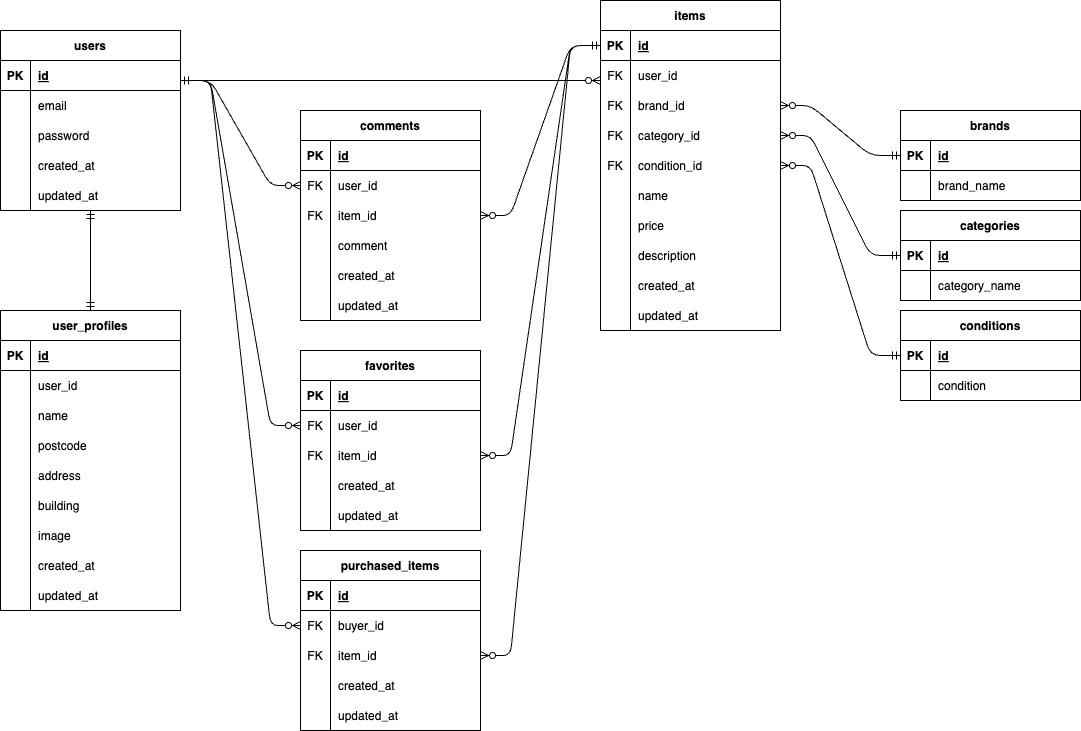
Above: er.png in hstonewell/mock_third (draw.io), before the change. Source tidied: cells renumbered, new cells last; positions are measured from the earlier drawing's top-left corner, leaving out a move shared by most shapes.
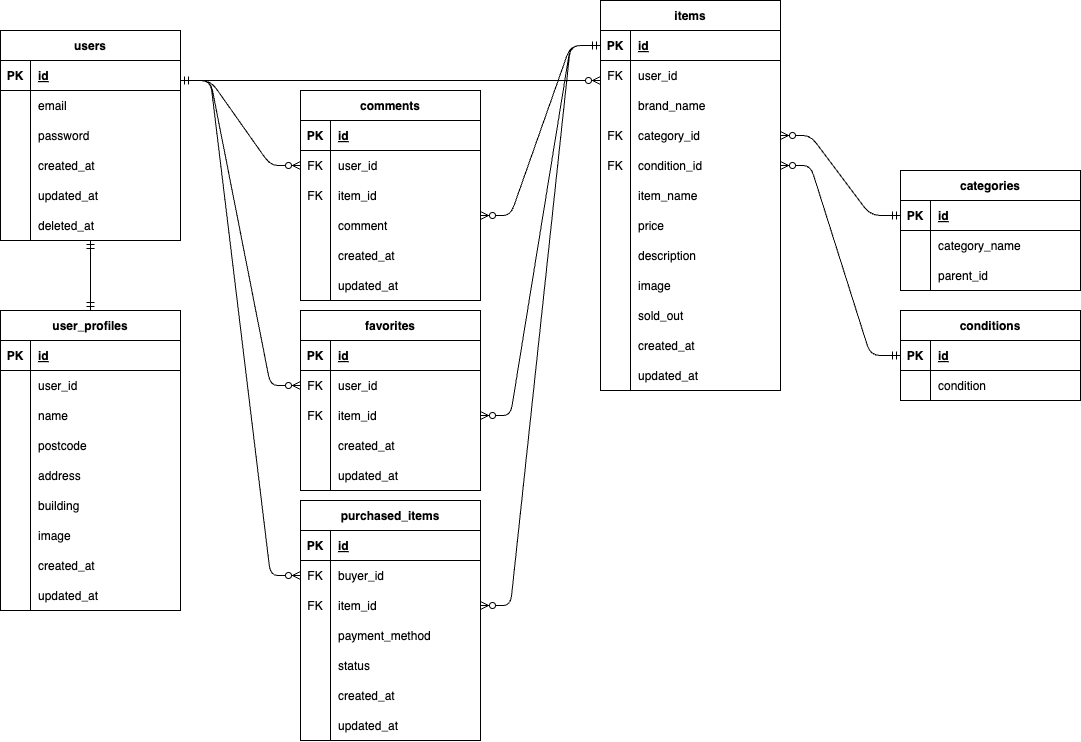
After the commit.

Commit message:
ER図の見直し

What changed in the source:
```diff
@@ -3,7 +3,7 @@
     <mxCell id="0" />
     <mxCell id="1" parent="0" />
     <mxCell id="2" value="users" style="shape=table;startSize=30;rowLines=0;fontStyle=1;align=center;" parent="1" vertex="1">
-      <mxGeometry y="30" width="180" height="180" as="geometry" />
+      <mxGeometry y="30" width="180" height="210" as="geometry" />
     </mxCell>
     <mxCell id="3" style="shape=tableRow;horizontal=0;startSize=0;swimlaneHead=0;swimlaneBody=0;fillColor=none;top=0;left=0;right=0;bottom=1;" parent="2" vertex="1">
       <mxGeometry y="30" width="180" height="30" as="geometry" />
@@ -50,8 +50,17 @@
     <mxCell id="17" value="updated_at" style="shape=partialRectangle;fillColor=none;top=0;left=0;bottom=0;right=0;align=left;spacingLeft=6;overflow=hidden;" parent="15" vertex="1">
       <mxGeometry x="30" width="150" height="30" as="geometry" />
     </mxCell>
+    <mxCell id="160" style="shape=tableRow;horizontal=0;startSize=0;swimlaneHead=0;swimlaneBody=0;fillColor=none;top=0;left=0;right=0;bottom=0;" parent="2" vertex="1">
+      <mxGeometry y="180" width="180" height="30" as="geometry" />
+    </mxCell>
+    <mxCell id="161" style="shape=partialRectangle;fillColor=none;top=0;left=0;bottom=0;right=0;overflow=hidden;" parent="160" vertex="1">
+      <mxGeometry width="30" height="30" as="geometry" />
+    </mxCell>
+    <mxCell id="162" value="deleted_at" style="shape=partialRectangle;fillColor=none;top=0;left=0;bottom=0;right=0;align=left;spacingLeft=6;overflow=hidden;" parent="160" vertex="1">
+      <mxGeometry x="30" width="150" height="30" as="geometry" />
+    </mxCell>
     <mxCell id="18" value="items" style="shape=table;startSize=30;rowLines=0;fontStyle=1;align=center;" parent="1" vertex="1">
-      <mxGeometry x="600" width="180" height="330" as="geometry" />
+      <mxGeometry x="600" width="180" height="390" as="geometry" />
     </mxCell>
     <mxCell id="19" style="shape=tableRow;horizontal=0;startSize=0;swimlaneHead=0;swimlaneBody=0;fillColor=none;points=[[0,0.5],[1,0.5]];portConstraint=eastwest;top=0;left=0;right=0;bottom=1;" parent="18" vertex="1">
       <mxGeometry y="30" width="180" height="30" as="geometry" />
@@ -74,10 +83,10 @@
     <mxCell id="25" style="shape=tableRow;horizontal=0;startSize=0;swimlaneHead=0;swimlaneBody=0;fillColor=none;points=[[0,0.5],[1,0.5]];portConstraint=eastwest;top=0;left=0;right=0;bottom=0;" parent="18" vertex="1">
       <mxGeometry y="90" width="180" height="30" as="geometry" />
     </mxCell>
-    <mxCell id="26" value="FK" style="shape=partialRectangle;fillColor=none;top=0;left=0;bottom=0;right=0;overflow=hidden;" parent="25" vertex="1">
+    <mxCell id="26" style="shape=partialRectangle;fillColor=none;top=0;left=0;bottom=0;right=0;overflow=hidden;" parent="25" vertex="1">
       <mxGeometry width="30" height="30" as="geometry" />
     </mxCell>
-    <mxCell id="27" value="brand_id" style="shape=partialRectangle;fillColor=none;top=0;left=0;bottom=0;right=0;align=left;spacingLeft=6;overflow=hidden;" parent="25" vertex="1">
+    <mxCell id="27" value="brand_name" style="shape=partialRectangle;fillColor=none;top=0;left=0;bottom=0;right=0;align=left;spacingLeft=6;overflow=hidden;" parent="25" vertex="1">
       <mxGeometry x="30" width="150" height="30" as="geometry" />
     </mxCell>
     <mxCell id="28" style="shape=tableRow;horizontal=0;startSize=0;swimlaneHead=0;swimlaneBody=0;fillColor=none;points=[[0,0.5],[1,0.5]];portConstraint=eastwest;top=0;left=0;right=0;bottom=0;" parent="18" vertex="1">
@@ -104,7 +113,7 @@
     <mxCell id="35" style="shape=partialRectangle;fillColor=none;top=0;left=0;bottom=0;right=0;overflow=hidden;" parent="34" vertex="1">
       <mxGeometry width="30" height="30" as="geometry" />
     </mxCell>
-    <mxCell id="36" value="name" style="shape=partialRectangle;fillColor=none;top=0;left=0;bottom=0;right=0;align=left;spacingLeft=6;overflow=hidden;" parent="34" vertex="1">
+    <mxCell id="36" value="item_name" style="shape=partialRectangle;fillColor=none;top=0;left=0;bottom=0;right=0;align=left;spacingLeft=6;overflow=hidden;" parent="34" vertex="1">
       <mxGeometry x="30" width="150" height="30" as="geometry" />
     </mxCell>
     <mxCell id="37" style="shape=tableRow;horizontal=0;startSize=0;swimlaneHead=0;swimlaneBody=0;fillColor=none;top=0;left=0;right=0;bottom=0;" parent="18" vertex="1">
@@ -125,8 +134,26 @@
     <mxCell id="42" value="description" style="shape=partialRectangle;fillColor=none;top=0;left=0;bottom=0;right=0;align=left;spacingLeft=6;overflow=hidden;" parent="40" vertex="1">
       <mxGeometry x="30" width="150" height="30" as="geometry" />
     </mxCell>
+    <mxCell id="163" style="shape=tableRow;horizontal=0;startSize=0;swimlaneHead=0;swimlaneBody=0;fillColor=none;top=0;left=0;right=0;bottom=0;" parent="18" vertex="1">
+      <mxGeometry y="270" width="180" height="30" as="geometry" />
+    </mxCell>
+    <mxCell id="164" style="shape=partialRectangle;fillColor=none;top=0;left=0;bottom=0;right=0;overflow=hidden;" parent="163" vertex="1">
+      <mxGeometry width="30" height="30" as="geometry" />
+    </mxCell>
+    <mxCell id="165" value="image" style="shape=partialRectangle;fillColor=none;top=0;left=0;bottom=0;right=0;align=left;spacingLeft=6;overflow=hidden;" parent="163" vertex="1">
+      <mxGeometry x="30" width="150" height="30" as="geometry" />
+    </mxCell>
+    <mxCell id="166" style="shape=tableRow;horizontal=0;startSize=0;swimlaneHead=0;swimlaneBody=0;fillColor=none;top=0;left=0;right=0;bottom=0;" parent="18" vertex="1">
+      <mxGeometry y="300" width="180" height="30" as="geometry" />
+    </mxCell>
+    <mxCell id="167" style="shape=partialRectangle;fillColor=none;top=0;left=0;bottom=0;right=0;overflow=hidden;" parent="166" vertex="1">
+      <mxGeometry width="30" height="30" as="geometry" />
+    </mxCell>
+    <mxCell id="168" value="sold_out" style="shape=partialRectangle;fillColor=none;top=0;left=0;bottom=0;right=0;align=left;spacingLeft=6;overflow=hidden;" parent="166" vertex="1">
+      <mxGeometry x="30" width="150" height="30" as="geometry" />
+    </mxCell>
     <mxCell id="43" style="shape=tableRow;horizontal=0;startSize=0;swimlaneHead=0;swimlaneBody=0;fillColor=none;top=0;left=0;right=0;bottom=0;" parent="18" vertex="1">
-      <mxGeometry y="270" width="180" height="30" as="geometry" />
+      <mxGeometry y="330" width="180" height="30" as="geometry" />
     </mxCell>
     <mxCell id="44" style="shape=partialRectangle;fillColor=none;top=0;left=0;bottom=0;right=0;overflow=hidden;" parent="43" vertex="1">
       <mxGeometry width="30" height="30" as="geometry" />
@@ -135,7 +162,7 @@
       <mxGeometry x="30" width="150" height="30" as="geometry" />
     </mxCell>
     <mxCell id="46" style="shape=tableRow;horizontal=0;startSize=0;swimlaneHead=0;swimlaneBody=0;fillColor=none;top=0;left=0;right=0;bottom=0;" parent="18" vertex="1">
-      <mxGeometry y="300" width="180" height="30" as="geometry" />
+      <mxGeometry y="360" width="180" height="30" as="geometry" />
     </mxCell>
     <mxCell id="47" style="shape=partialRectangle;fillColor=none;top=0;left=0;bottom=0;right=0;overflow=hidden;" parent="46" vertex="1">
       <mxGeometry width="30" height="30" as="geometry" />
@@ -143,29 +170,8 @@
     <mxCell id="48" value="updated_at" style="shape=partialRectangle;fillColor=none;top=0;left=0;bottom=0;right=0;align=left;spacingLeft=6;overflow=hidden;" parent="46" vertex="1">
       <mxGeometry x="30" width="150" height="30" as="geometry" />
     </mxCell>
-    <mxCell id="49" value="brands" style="shape=table;startSize=30;rowLines=0;fontStyle=1;align=center;" parent="1" vertex="1">
-      <mxGeometry x="900" y="110" width="180" height="90" as="geometry" />
-    </mxCell>
-    <mxCell id="50" style="shape=tableRow;horizontal=0;startSize=0;swimlaneHead=0;swimlaneBody=0;fillColor=none;points=[[0,0.5],[1,0.5]];portConstraint=eastwest;top=0;left=0;right=0;bottom=1;" parent="49" vertex="1">
-      <mxGeometry y="30" width="180" height="30" as="geometry" />
-    </mxCell>
-    <mxCell id="51" value="PK" style="shape=partialRectangle;fillColor=none;top=0;left=0;bottom=0;right=0;fontStyle=1;overflow=hidden;" parent="50" vertex="1">
-      <mxGeometry width="30" height="30" as="geometry" />
-    </mxCell>
-    <mxCell id="52" value="id" style="shape=partialRectangle;fillColor=none;top=0;left=0;bottom=0;right=0;align=left;spacingLeft=6;fontStyle=5;overflow=hidden;" parent="50" vertex="1">
-      <mxGeometry x="30" width="150" height="30" as="geometry" />
-    </mxCell>
-    <mxCell id="53" style="shape=tableRow;horizontal=0;startSize=0;swimlaneHead=0;swimlaneBody=0;fillColor=none;top=0;left=0;right=0;bottom=0;" parent="49" vertex="1">
-      <mxGeometry y="60" width="180" height="30" as="geometry" />
-    </mxCell>
-    <mxCell id="54" style="shape=partialRectangle;fillColor=none;top=0;left=0;bottom=0;right=0;overflow=hidden;" parent="53" vertex="1">
-      <mxGeometry width="30" height="30" as="geometry" />
-    </mxCell>
-    <mxCell id="55" value="brand_name" style="shape=partialRectangle;fillColor=none;top=0;left=0;bottom=0;right=0;align=left;spacingLeft=6;overflow=hidden;" parent="53" vertex="1">
-      <mxGeometry x="30" width="150" height="30" as="geometry" />
-    </mxCell>
     <mxCell id="56" value="categories" style="shape=table;startSize=30;rowLines=0;fontStyle=1;align=center;" parent="1" vertex="1">
-      <mxGeometry x="900" y="210" width="180" height="90" as="geometry" />
+      <mxGeometry x="900" y="170" width="180" height="120" as="geometry" />
     </mxCell>
     <mxCell id="57" style="shape=tableRow;horizontal=0;startSize=0;swimlaneHead=0;swimlaneBody=0;fillColor=none;points=[[0,0.5],[1,0.5]];portConstraint=eastwest;top=0;left=0;right=0;bottom=1;" parent="56" vertex="1">
       <mxGeometry y="30" width="180" height="30" as="geometry" />
@@ -185,8 +191,17 @@
     <mxCell id="62" value="category_name" style="shape=partialRectangle;fillColor=none;top=0;left=0;bottom=0;right=0;align=left;spacingLeft=6;overflow=hidden;" parent="60" vertex="1">
       <mxGeometry x="30" width="150" height="30" as="geometry" />
     </mxCell>
+    <mxCell id="169" style="shape=tableRow;horizontal=0;startSize=0;swimlaneHead=0;swimlaneBody=0;fillColor=none;top=0;left=0;right=0;bottom=0;" parent="56" vertex="1">
+      <mxGeometry y="90" width="180" height="30" as="geometry" />
+    </mxCell>
+    <mxCell id="170" style="shape=partialRectangle;fillColor=none;top=0;left=0;bottom=0;right=0;overflow=hidden;" parent="169" vertex="1">
+      <mxGeometry width="30" height="30" as="geometry" />
+    </mxCell>
+    <mxCell id="171" value="parent_id" style="shape=partialRectangle;fillColor=none;top=0;left=0;bottom=0;right=0;align=left;spacingLeft=6;overflow=hidden;" parent="169" vertex="1">
+      <mxGeometry x="30" width="150" height="30" as="geometry" />
+    </mxCell>
     <mxCell id="63" value="favorites" style="shape=table;startSize=30;rowLines=0;fontStyle=1;align=center;" parent="1" vertex="1">
-      <mxGeometry x="300" y="350" width="180" height="180" as="geometry" />
+      <mxGeometry x="300" y="310" width="180" height="180" as="geometry" />
     </mxCell>
     <mxCell id="64" style="shape=tableRow;horizontal=0;startSize=0;swimlaneHead=0;swimlaneBody=0;fillColor=none;top=0;left=0;right=0;bottom=1;" parent="63" vertex="1">
       <mxGeometry y="30" width="180" height="30" as="geometry" />
@@ -234,7 +249,7 @@
       <mxGeometry x="30" width="150" height="30" as="geometry" />
     </mxCell>
     <mxCell id="79" value="comments" style="shape=table;startSize=30;rowLines=0;fontStyle=1;align=center;" parent="1" vertex="1">
-      <mxGeometry x="300" y="110" width="180" height="210" as="geometry" />
+      <mxGeometry x="300" y="90" width="180" height="210" as="geometry" />
     </mxCell>
     <mxCell id="80" style="shape=tableRow;horizontal=0;startSize=0;swimlaneHead=0;swimlaneBody=0;fillColor=none;top=0;left=0;right=0;bottom=1;" parent="79" vertex="1">
       <mxGeometry y="30" width="180" height="30" as="geometry" />
@@ -291,7 +306,7 @@
       <mxGeometry x="30" width="150" height="30" as="geometry" />
     </mxCell>
     <mxCell id="98" value="purchased_items" style="shape=table;startSize=30;rowLines=0;fontStyle=1;align=center;" parent="1" vertex="1">
-      <mxGeometry x="300" y="550" width="180" height="180" as="geometry" />
+      <mxGeometry x="300" y="500" width="180" height="240" as="geometry" />
     </mxCell>
     <mxCell id="99" style="shape=tableRow;horizontal=0;startSize=0;swimlaneHead=0;swimlaneBody=0;fillColor=none;top=0;left=0;right=0;bottom=1;" parent="98" vertex="1">
       <mxGeometry y="30" width="180" height="30" as="geometry" />
@@ -320,8 +335,26 @@
     <mxCell id="107" value="item_id" style="shape=partialRectangle;fillColor=none;top=0;left=0;bottom=0;right=0;align=left;spacingLeft=6;overflow=hidden;" parent="105" vertex="1">
       <mxGeometry x="30" width="150" height="30" as="geometry" />
     </mxCell>
+    <mxCell id="172" style="shape=tableRow;horizontal=0;startSize=0;swimlaneHead=0;swimlaneBody=0;fillColor=none;top=0;left=0;right=0;bottom=0;" parent="98" vertex="1">
+      <mxGeometry y="120" width="180" height="30" as="geometry" />
+    </mxCell>
+    <mxCell id="173" style="shape=partialRectangle;fillColor=none;top=0;left=0;bottom=0;right=0;overflow=hidden;" parent="172" vertex="1">
+      <mxGeometry width="30" height="30" as="geometry" />
+    </mxCell>
+    <mxCell id="174" value="payment_method" style="shape=partialRectangle;fillColor=none;top=0;left=0;bottom=0;right=0;align=left;spacingLeft=6;overflow=hidden;" parent="172" vertex="1">
+      <mxGeometry x="30" width="150" height="30" as="geometry" />
+    </mxCell>
+    <mxCell id="175" style="shape=tableRow;horizontal=0;startSize=0;swimlaneHead=0;swimlaneBody=0;fillColor=none;top=0;left=0;right=0;bottom=0;" parent="98" vertex="1">
+      <mxGeometry y="150" width="180" height="30" as="geometry" />
+    </mxCell>
+    <mxCell id="176" style="shape=partialRectangle;fillColor=none;top=0;left=0;bottom=0;right=0;overflow=hidden;" parent="175" vertex="1">
+      <mxGeometry width="30" height="30" as="geometry" />
+    </mxCell>
+    <mxCell id="177" value="status" style="shape=partialRectangle;fillColor=none;top=0;left=0;bottom=0;right=0;align=left;spacingLeft=6;overflow=hidden;" parent="175" vertex="1">
+      <mxGeometry x="30" width="150" height="30" as="geometry" />
+    </mxCell>
     <mxCell id="108" style="shape=tableRow;horizontal=0;startSize=0;swimlaneHead=0;swimlaneBody=0;fillColor=none;top=0;left=0;right=0;bottom=0;" parent="98" vertex="1">
-      <mxGeometry y="120" width="180" height="30" as="geometry" />
+      <mxGeometry y="180" width="180" height="30" as="geometry" />
     </mxCell>
     <mxCell id="109" style="shape=partialRectangle;fillColor=none;top=0;left=0;bottom=0;right=0;overflow=hidden;" parent="108" vertex="1">
       <mxGeometry width="30" height="30" as="geometry" />
@@ -330,7 +363,7 @@
       <mxGeometry x="30" width="150" height="30" as="geometry" />
     </mxCell>
     <mxCell id="111" style="shape=tableRow;horizontal=0;startSize=0;swimlaneHead=0;swimlaneBody=0;fillColor=none;top=0;left=0;right=0;bottom=0;" parent="98" vertex="1">
-      <mxGeometry y="150" width="180" height="30" as="geometry" />
+      <mxGeometry y="210" width="180" height="30" as="geometry" />
     </mxCell>
     <mxCell id="112" style="shape=partialRectangle;fillColor=none;top=0;left=0;bottom=0;right=0;overflow=hidden;" parent="111" vertex="1">
       <mxGeometry width="30" height="30" as="geometry" />
@@ -446,7 +479,7 @@
     <mxCell id="149" style="fontSize=12;html=1;endArrow=ERmandOne;startArrow=ERmandOne;" parent="1" edge="1">
       <mxGeometry relative="1" as="geometry">
         <mxPoint x="90" y="310" as="sourcePoint" />
-        <mxPoint x="90" y="210" as="targetPoint" />
+        <mxPoint x="90" y="240" as="targetPoint" />
       </mxGeometry>
     </mxCell>
     <mxCell id="150" style="edgeStyle=entityRelationEdgeStyle;fontSize=12;html=1;endArrow=ERzeroToMany;endFill=0;entryX=0;entryY=0.5;entryDx=0;entryDy=0;startArrow=ERmandOne;startFill=0;" parent="1" edge="1" target="83">
@@ -481,9 +514,6 @@
     <mxCell id="156" style="edgeStyle=entityRelationEdgeStyle;fontSize=12;html=1;endArrow=ERmandOne;startArrow=ERzeroToMany;startFill=0;endFill=0;entryX=0;entryY=0.5;entryDx=0;entryDy=0;exitX=1;exitY=0.5;exitDx=0;exitDy=0;" parent="1" edge="1" source="105" target="19">
       <mxGeometry relative="1" as="geometry" />
     </mxCell>
-    <mxCell id="157" style="edgeStyle=entityRelationEdgeStyle;fontSize=12;html=1;endArrow=ERmandOne;startArrow=ERzeroToMany;startFill=0;exitX=1;exitY=0.5;exitDx=0;exitDy=0;entryX=0;entryY=0.5;entryDx=0;entryDy=0;" parent="1" edge="1" source="25" target="50">
-      <mxGeometry relative="1" as="geometry" />
-    </mxCell>
     <mxCell id="158" style="edgeStyle=entityRelationEdgeStyle;fontSize=12;html=1;endArrow=ERmandOne;startArrow=ERzeroToMany;startFill=0;exitX=1;exitY=0.5;exitDx=0;exitDy=0;entryX=0;entryY=0.5;entryDx=0;entryDy=0;" parent="1" edge="1" source="28" target="57">
       <mxGeometry relative="1" as="geometry" />
     </mxCell>
```
